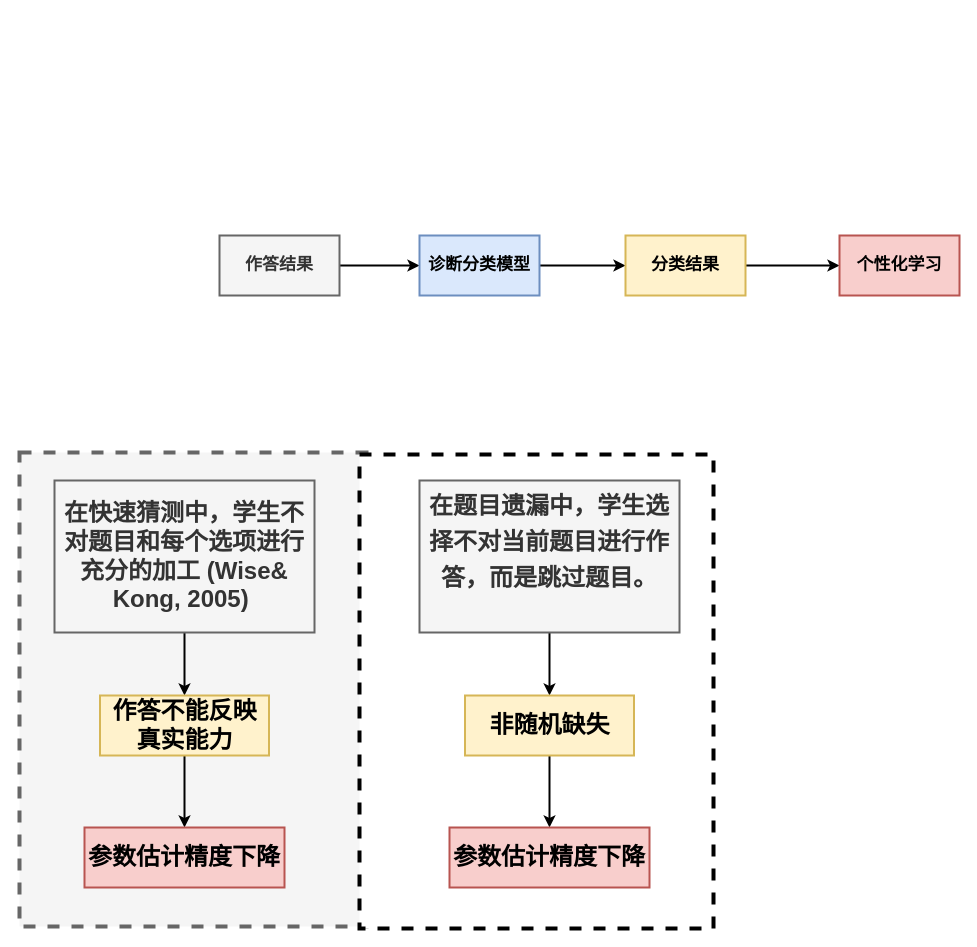
qipengchen/resources keeps this draw.io diagram as page "第 20 页" (20 of 29) of d_plot.drawio. Above is the earlier version. Source tidied: cells renumbered, new cells numbered last; positions are measured from the earlier drawing's top-left corner, leaving out a move shared by most shapes. Both pictures are drawn from the tidied source at 100%, with x=0, y=0 at pixel (19, 235).
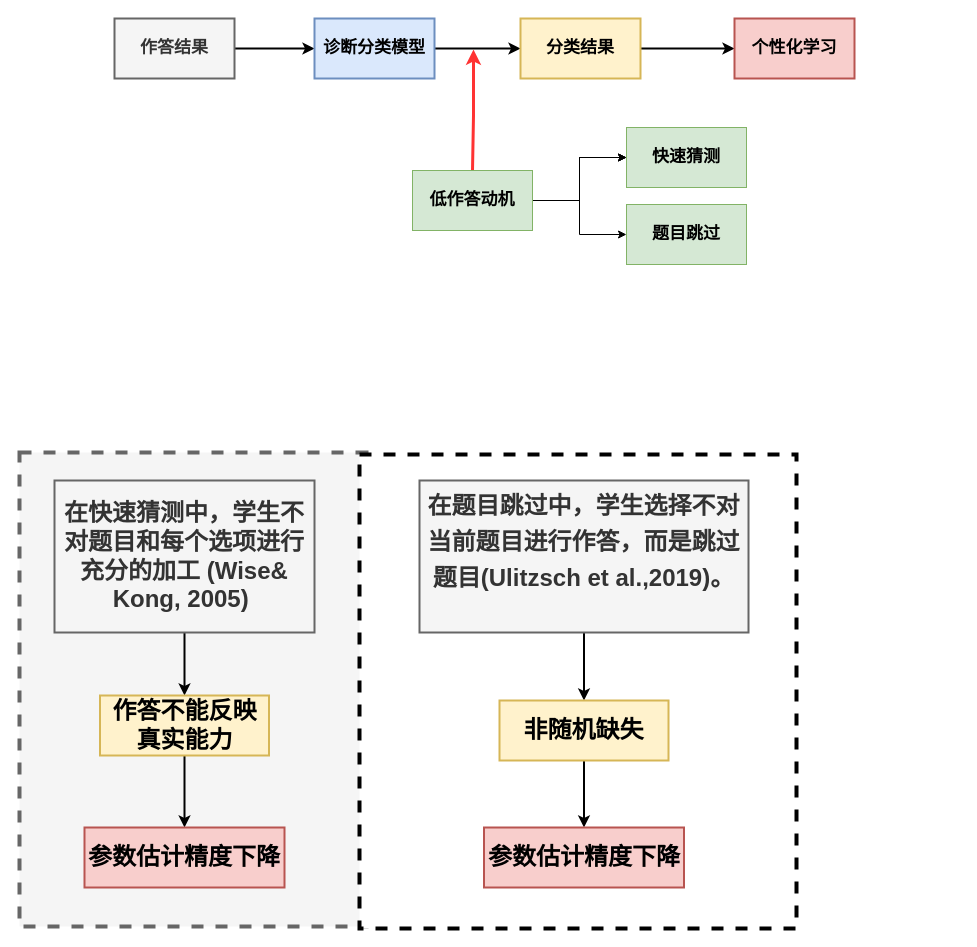
After the change.

Change to the diagram source:
```diff
@@
     <mxCell id="3" style="rounded=0;whiteSpace=wrap;html=1;strokeWidth=4;fontFamily=Helvetica;fontSize=24;dashed=1;" parent="1" vertex="1">
-      <mxGeometry x="340" y="219" width="354" height="474" as="geometry" />
+      <mxGeometry x="340" y="219" width="437" height="474" as="geometry" />
     </mxCell>
@@
     <mxCell id="5" value="作答结果" style="rounded=0;whiteSpace=wrap;html=1;fontSize=17;strokeWidth=2;fontStyle=1;fillColor=#f5f5f5;fontColor=#333333;strokeColor=#666666;" parent="1" vertex="1">
-      <mxGeometry x="200" width="120" height="60" as="geometry" />
+      <mxGeometry x="95" y="-217" width="120" height="60" as="geometry" />
     </mxCell>
@@
     <mxCell id="7" value="诊断分类模型" style="rounded=0;whiteSpace=wrap;html=1;fontSize=17;strokeWidth=2;fontStyle=1;fillColor=#dae8fc;strokeColor=#6c8ebf;" parent="1" vertex="1">
-      <mxGeometry x="400" width="120" height="60" as="geometry" />
+      <mxGeometry x="295" y="-217" width="120" height="60" as="geometry" />
     </mxCell>
@@
     <mxCell id="9" value="分类结果" style="whiteSpace=wrap;html=1;fontSize=17;rounded=0;strokeWidth=2;fontStyle=1;fillColor=#fff2cc;strokeColor=#d6b656;" parent="1" vertex="1">
-      <mxGeometry x="606" width="120" height="60" as="geometry" />
+      <mxGeometry x="501" y="-217" width="120" height="60" as="geometry" />
     </mxCell>
     <mxCell id="10" value="个性化学习" style="whiteSpace=wrap;html=1;fontSize=17;rounded=0;strokeWidth=2;fontStyle=1;fillColor=#f8cecc;strokeColor=#b85450;" parent="1" vertex="1">
-      <mxGeometry x="820" width="120" height="60" as="geometry" />
+      <mxGeometry x="715" y="-217" width="120" height="60" as="geometry" />
     </mxCell>
@@
-    <mxCell id="17" value="&lt;h4 style=&quot;font-size: 24px;&quot;&gt;&lt;span style=&quot;line-height: 150%; font-size: 24px;&quot;&gt;在题目遗漏中，学生选择不对当前题目进行作答，而是跳过题目。&lt;br&gt;&lt;/span&gt;&lt;span style=&quot;&quot;&gt;&amp;nbsp;&lt;/span&gt;&lt;/h4&gt;" style="rounded=0;whiteSpace=wrap;html=1;fontSize=17;strokeWidth=2;fontStyle=1;fontFamily=Helvetica;fillColor=#f5f5f5;fontColor=#333333;strokeColor=#666666;align=center;" parent="1" vertex="1">
-      <mxGeometry x="400" y="245" width="260" height="152" as="geometry" />
+    <mxCell id="17" value="&lt;h4 style=&quot;font-size: 24px;&quot;&gt;&lt;span style=&quot;line-height: 150%; font-size: 24px;&quot;&gt;在题目跳过中，学生选择不对当前题目进行作答，而是跳过题目(Ulitzsch et al.,2019)。&lt;br&gt;&lt;/span&gt;&lt;span style=&quot;&quot;&gt;&amp;nbsp;&lt;/span&gt;&lt;/h4&gt;" style="rounded=0;whiteSpace=wrap;html=1;fontSize=17;strokeWidth=2;fontStyle=1;fontFamily=Helvetica;fillColor=#f5f5f5;fontColor=#333333;strokeColor=#666666;align=center;" parent="1" vertex="1">
+      <mxGeometry x="400" y="245" width="329" height="152" as="geometry" />
     </mxCell>
@@
     <mxCell id="19" value="非随机缺失" style="whiteSpace=wrap;html=1;fontSize=24;rounded=0;strokeWidth=2;fontStyle=1;fillColor=#fff2cc;strokeColor=#d6b656;" parent="1" vertex="1">
-      <mxGeometry x="445.5" y="460" width="169" height="60" as="geometry" />
+      <mxGeometry x="480" y="465" width="169" height="60" as="geometry" />
     </mxCell>
     <mxCell id="20" value="&lt;font style=&quot;font-size: 24px;&quot;&gt;参数估计精度下降&lt;/font&gt;" style="whiteSpace=wrap;html=1;fontSize=17;rounded=0;strokeWidth=2;fontStyle=1;fillColor=#f8cecc;strokeColor=#b85450;" parent="1" vertex="1">
-      <mxGeometry x="430" y="592" width="200" height="60" as="geometry" />
+      <mxGeometry x="464.5" y="592" width="200" height="60" as="geometry" />
     </mxCell>
+    <mxCell id="21" style="endArrow=classic;html=1;rounded=0;strokeWidth=3;fillColor=#f8cecc;strokeColor=#FF3333;exitX=0.5;exitY=0;exitDx=0;exitDy=0;" parent="1" edge="1" source="26">
+      <mxGeometry relative="1" as="geometry">
+        <mxPoint x="454" y="-186" as="targetPoint" />
+        <Array as="points">
+          <mxPoint x="454" y="-120" />
+        </Array>
+      </mxGeometry>
+    </mxCell>
+    <mxCell id="22" style="edgeStyle=orthogonalEdgeStyle;rounded=0;jettySize=auto;html=1;" parent="1" edge="1" source="26" target="27">
+      <mxGeometry relative="1" as="geometry" />
+    </mxCell>
+    <mxCell id="23" style="edgeStyle=orthogonalEdgeStyle;rounded=0;jettySize=auto;html=1;" parent="1" edge="1" source="26" target="27">
+      <mxGeometry relative="1" as="geometry" />
+    </mxCell>
+    <mxCell id="24" style="edgeStyle=orthogonalEdgeStyle;rounded=0;jettySize=auto;html=1;" parent="1" edge="1" source="26" target="27">
+      <mxGeometry relative="1" as="geometry" />
+    </mxCell>
+    <mxCell id="25" style="edgeStyle=orthogonalEdgeStyle;rounded=0;jettySize=auto;html=1;" parent="1" edge="1" source="26" target="28">
+      <mxGeometry relative="1" as="geometry" />
+    </mxCell>
+    <mxCell id="26" value="低作答动机" style="rounded=0;whiteSpace=wrap;html=1;fontSize=17;fontStyle=1;fillColor=#d5e8d4;strokeColor=#82b366;" parent="1" vertex="1">
+      <mxGeometry x="393" y="-65" width="120" height="60" as="geometry" />
+    </mxCell>
+    <mxCell id="27" value="快速猜测" style="whiteSpace=wrap;html=1;fontSize=17;fillColor=#d5e8d4;strokeColor=#82b366;rounded=0;fontStyle=1;" parent="1" vertex="1">
+      <mxGeometry x="607" y="-108" width="120" height="60" as="geometry" />
+    </mxCell>
+    <mxCell id="28" value="题目跳过" style="rounded=0;whiteSpace=wrap;html=1;strokeWidth=1;fontSize=17;fontStyle=1;fillColor=#d5e8d4;strokeColor=#82b366;" parent="1" vertex="1">
+      <mxGeometry x="607" y="-31" width="120" height="60" as="geometry" />
+    </mxCell>
```
